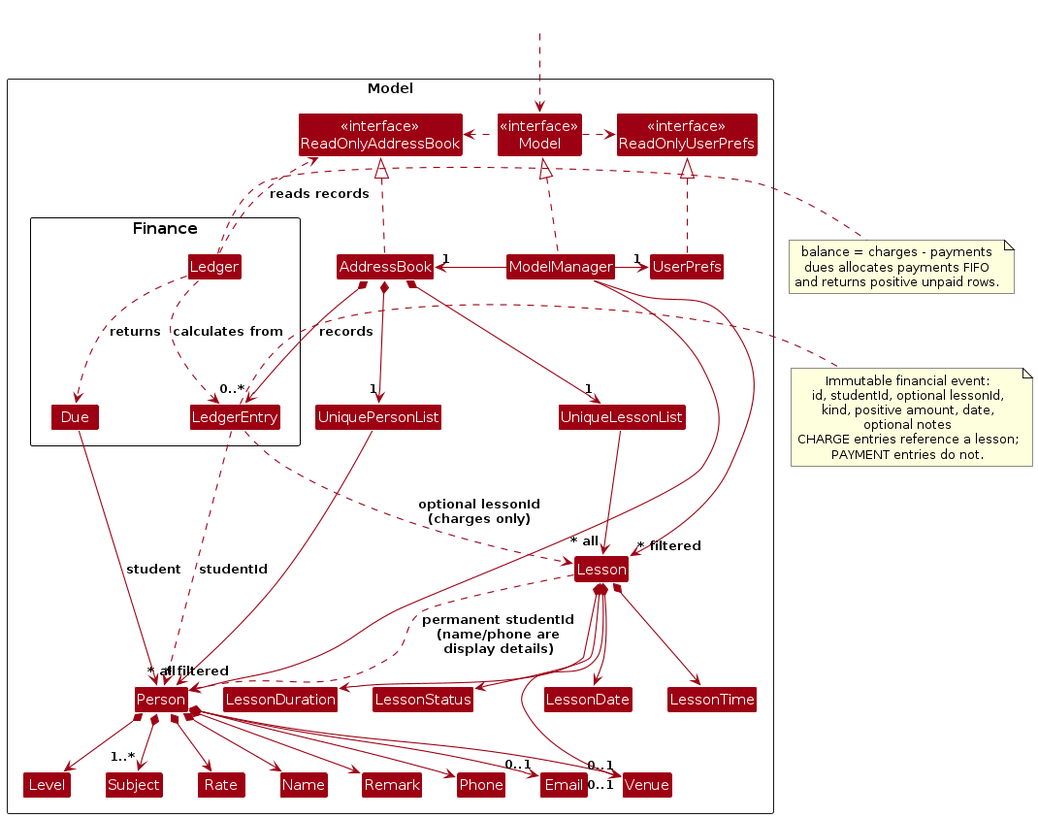
Above: diagrams/ModelClassDiagram.png in AY2627S1-CS2103T-F15-1/tp (PlantUML), before the change. Its source is kept beside it as diagrams/ModelClassDiagram.puml.
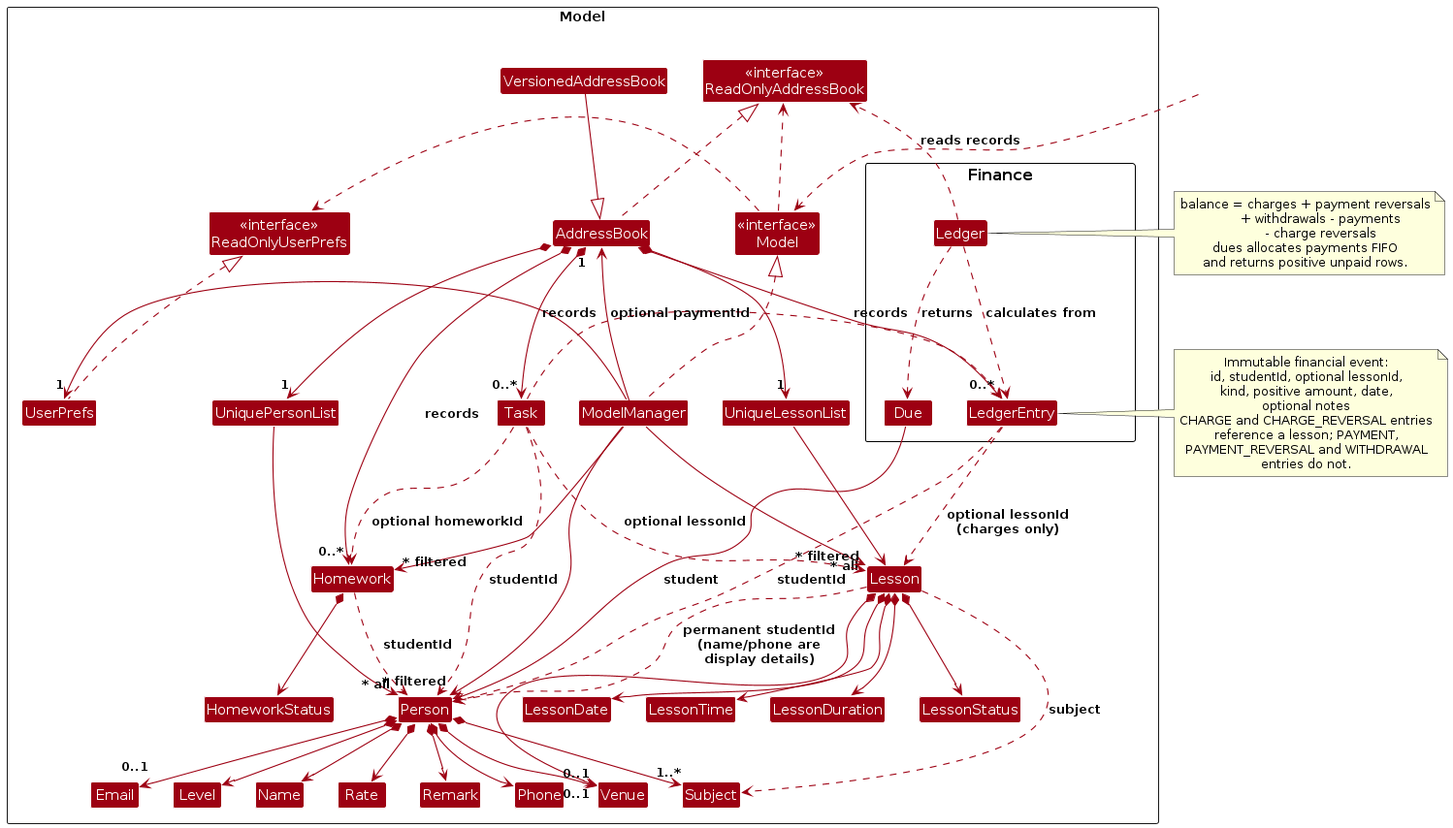
Later version of the same file.

The edit, as a diff of the source:
```diff
@@ -9,6 +9,7 @@
 Class "<<interface>>\nReadOnlyUserPrefs" as ReadOnlyUserPrefs
 Class "<<interface>>\nModel" as Model
 Class AddressBook
+Class VersionedAddressBook
 Class ModelManager
 Class UserPrefs
 
@@ -29,6 +30,9 @@
 Class LessonTime
 Class LessonDuration
 Class LessonStatus
+Class Homework
+Class HomeworkStatus
+Class Task
 
 package Finance {
 Class LedgerEntry
@@ -53,7 +57,10 @@
 
 AddressBook *--> "1" UniquePersonList
 AddressBook *--> "1" UniqueLessonList
+AddressBook *--> "0..*" Homework : records
+AddressBook *--> "0..*" Task : records
 AddressBook *--> "0..*" LedgerEntry : records
+VersionedAddressBook --|> AddressBook
 UniquePersonList --> "~* all" Person
 Person *--> Name
 Person *--> Phone
@@ -71,6 +78,13 @@
 Lesson *--> LessonStatus
 Lesson *--> "0..1" Venue
 Lesson ..> Person : permanent studentId\n(name/phone are\ndisplay details)
+Lesson ..> Subject : subject
+Homework *--> HomeworkStatus
+Homework ..> Person : studentId
+Task ..> Person : studentId
+Task ..> Lesson : optional lessonId
+Task ..> Homework : optional homeworkId
+Task ..> LedgerEntry : optional paymentId
 
 LedgerEntry ..> Person : studentId
 LedgerEntry ..> Lesson : optional lessonId\n(charges only)
@@ -84,12 +98,16 @@
   id, studentId, optional lessonId,
   kind, positive amount, date,
   optional notes
-  CHARGE entries reference a lesson;
-  PAYMENT entries do not.
+  CHARGE and CHARGE_REVERSAL entries
+  reference a lesson; PAYMENT,
+  PAYMENT_REVERSAL and WITHDRAWAL
+  entries do not.
 end note
 
 note right of Ledger
-  balance = charges - payments
+  balance = charges + payment reversals
+          + withdrawals - payments
+          - charge reversals
   dues allocates payments FIFO
   and returns positive unpaid rows.
 end note
@@ -107,4 +125,5 @@
 
 ModelManager --> "~* filtered" Person
 ModelManager --> "~* filtered" Lesson
+ModelManager --> "~* filtered" Homework
 @enduml
```
